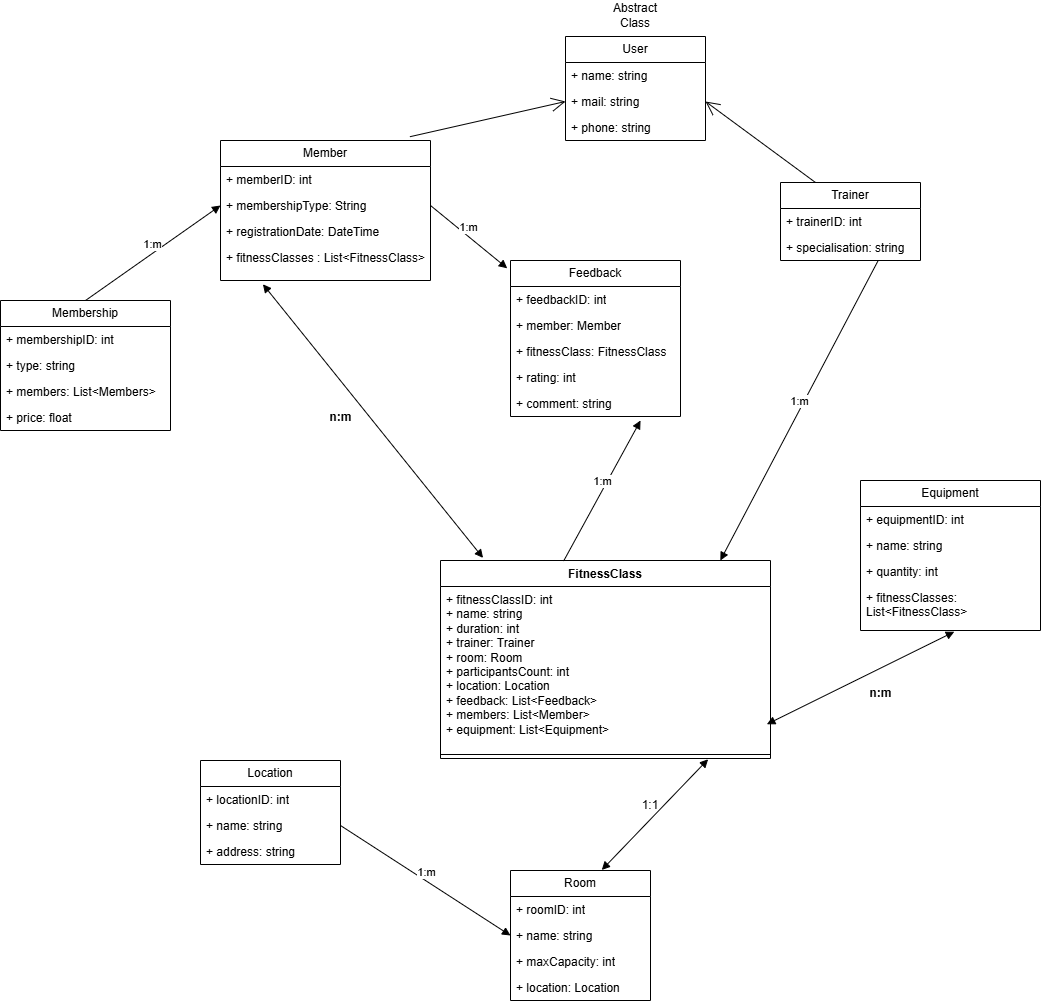
This is FitnessAppUML.drawio (2).png from Danamat07/FitnessApp, a draw.io export, as it was before one commit. Source tidied: cells renumbered, new cells last; positions are measured from the earlier drawing's top-left corner, leaving out a move shared by most shapes.
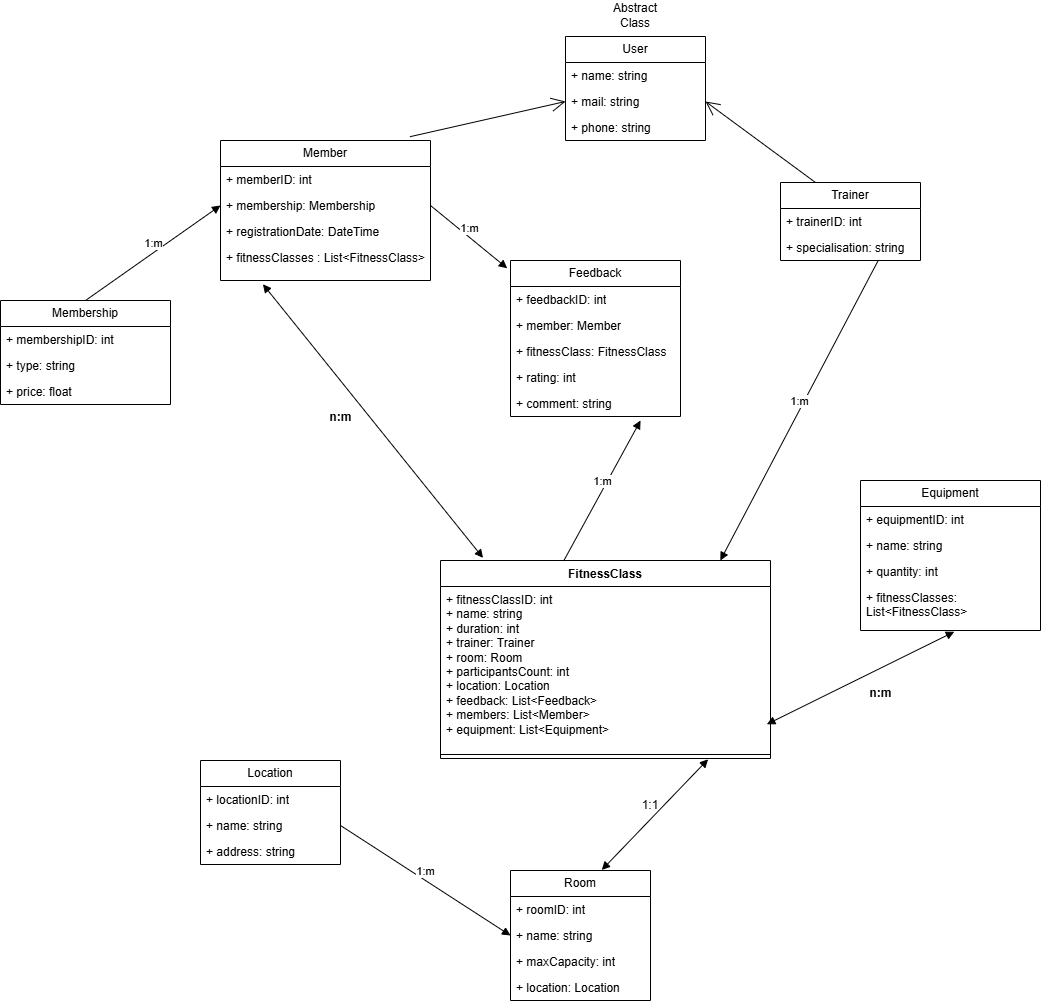
The same file after the commit.

What changed in the source:
```diff
@@ -8,7 +8,7 @@
     <mxCell id="3" value="+ memberID: int" style="text;strokeColor=none;fillColor=none;align=left;verticalAlign=top;spacingLeft=4;spacingRight=4;overflow=hidden;whiteSpace=wrap;html=1;" parent="2" vertex="1">
       <mxGeometry y="26" width="210" height="26" as="geometry" />
     </mxCell>
-    <mxCell id="4" value="+ membershipType: String" style="text;strokeColor=none;fillColor=none;align=left;verticalAlign=top;spacingLeft=4;spacingRight=4;overflow=hidden;points=[[0,0.5],[1,0.5]];portConstraint=eastwest;whiteSpace=wrap;html=1;" parent="2" vertex="1">
+    <mxCell id="4" value="+ membership: Membership" style="text;strokeColor=none;fillColor=none;align=left;verticalAlign=top;spacingLeft=4;spacingRight=4;overflow=hidden;points=[[0,0.5],[1,0.5]];portConstraint=eastwest;whiteSpace=wrap;html=1;" parent="2" vertex="1">
       <mxGeometry y="52" width="210" height="26" as="geometry" />
     </mxCell>
     <mxCell id="5" value="+ registrationDate: DateTime" style="text;strokeColor=none;fillColor=none;align=left;verticalAlign=top;spacingLeft=4;spacingRight=4;overflow=hidden;whiteSpace=wrap;html=1;" parent="2" vertex="1">
@@ -18,7 +18,7 @@
       <mxGeometry y="104" width="210" height="36" as="geometry" />
     </mxCell>
     <mxCell id="7" value="Membership" style="swimlane;fontStyle=0;horizontal=1;startSize=26;fillColor=none;whiteSpace=wrap;html=1;" parent="1" vertex="1">
-      <mxGeometry y="300" width="170" height="130" as="geometry" />
+      <mxGeometry y="300" width="170" height="104" as="geometry" />
     </mxCell>
     <mxCell id="8" value="+ membershipID: int" style="text;strokeColor=none;fillColor=none;align=left;verticalAlign=top;spacingLeft=4;spacingRight=4;overflow=hidden;whiteSpace=wrap;html=1;" parent="7" vertex="1">
       <mxGeometry y="26" width="170" height="26" as="geometry" />
@@ -26,11 +26,8 @@
     <mxCell id="9" value="+ type: string" style="text;strokeColor=none;fillColor=none;align=left;verticalAlign=top;spacingLeft=4;spacingRight=4;overflow=hidden;whiteSpace=wrap;html=1;" parent="7" vertex="1">
       <mxGeometry y="52" width="170" height="26" as="geometry" />
     </mxCell>
-    <mxCell id="10" value="+ members: List&amp;lt;Members&amp;gt;" style="text;strokeColor=none;fillColor=none;align=left;verticalAlign=top;spacingLeft=4;spacingRight=4;overflow=hidden;whiteSpace=wrap;html=1;" parent="7" vertex="1">
-      <mxGeometry y="78" width="170" height="26" as="geometry" />
-    </mxCell>
     <mxCell id="11" value="+ price: float" style="text;strokeColor=none;fillColor=none;align=left;verticalAlign=top;spacingLeft=4;spacingRight=4;overflow=hidden;whiteSpace=wrap;html=1;" parent="7" vertex="1">
-      <mxGeometry y="104" width="170" height="26" as="geometry" />
+      <mxGeometry y="78" width="170" height="26" as="geometry" />
     </mxCell>
     <mxCell id="12" value="Feedback" style="swimlane;fontStyle=0;horizontal=1;startSize=26;fillColor=none;whiteSpace=wrap;html=1;" parent="1" vertex="1">
       <mxGeometry x="510" y="260" width="170" height="156" as="geometry" />
```
